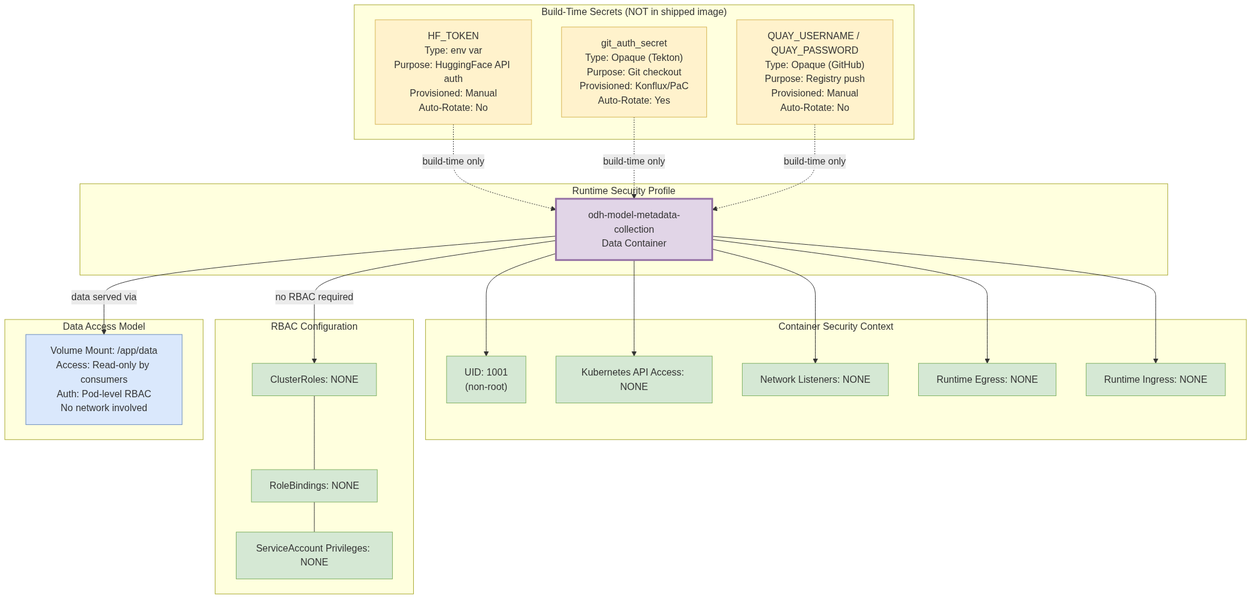
Above: architecture/rhoai.next/diagrams/model-metadata-collection-rbac.png in rhuss/architecture-context (Mermaid), before the change. Its source is kept beside it as architecture/rhoai.next/diagrams/model-metadata-collection-rbac.mmd.
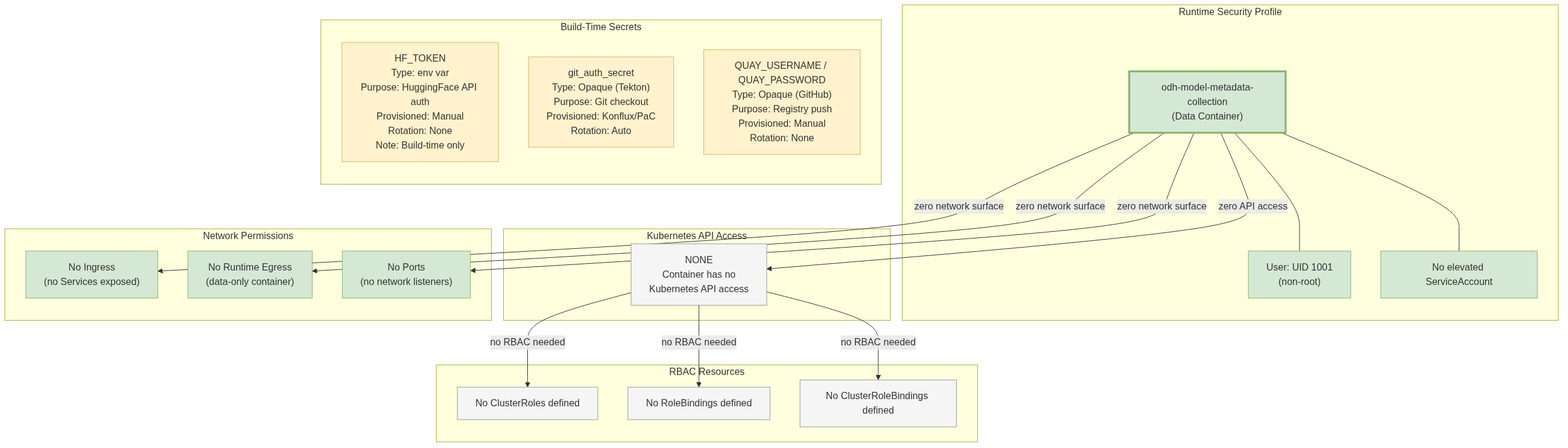
After the change.

Diff of the diagram source:
```diff
@@ -1,58 +1,54 @@
 graph TD
     subgraph "Runtime Security Profile"
-        DC["odh-model-metadata-collection<br/>Data Container"]
+        direction TB
+        Container["odh-model-metadata-collection<br/>(Data Container)"]
+        UID["User: UID 1001<br/>(non-root)"]
+        NoSA["No elevated ServiceAccount"]
     end
 
-    subgraph "Container Security Context"
-        UID["UID: 1001<br/>(non-root)"]
-        NoAPI["Kubernetes API Access: NONE"]
-        NoNet["Network Listeners: NONE"]
-        NoEgress["Runtime Egress: NONE"]
-        NoIngress["Runtime Ingress: NONE"]
+    subgraph "Kubernetes API Access"
+        NoAccess["NONE<br/>Container has no<br/>Kubernetes API access"]
     end
 
-    subgraph "RBAC Configuration"
-        NoCR["ClusterRoles: NONE"]
-        NoRB["RoleBindings: NONE"]
-        NoSA["ServiceAccount Privileges: NONE"]
+    subgraph "RBAC Resources"
+        NoCR["No ClusterRoles defined"]
+        NoRB["No RoleBindings defined"]
+        NoCRB["No ClusterRoleBindings defined"]
     end
 
-    subgraph "Build-Time Secrets (NOT in shipped image)"
-        HFToken["HF_TOKEN<br/>Type: env var<br/>Purpose: HuggingFace API auth<br/>Provisioned: Manual<br/>Auto-Rotate: No"]
-        GitAuth["git_auth_secret<br/>Type: Opaque (Tekton)<br/>Purpose: Git checkout<br/>Provisioned: Konflux/PaC<br/>Auto-Rotate: Yes"]
-        QuayCreds["QUAY_USERNAME / QUAY_PASSWORD<br/>Type: Opaque (GitHub)<br/>Purpose: Registry push<br/>Provisioned: Manual<br/>Auto-Rotate: No"]
+    subgraph "Network Permissions"
+        NoIngress["No Ingress<br/>(no Services exposed)"]
+        NoEgress["No Runtime Egress<br/>(data-only container)"]
+        NoPorts["No Ports<br/>(no network listeners)"]
     end
 
-    subgraph "Data Access Model"
-        VolMount["Volume Mount: /app/data<br/>Access: Read-only by consumers<br/>Auth: Pod-level RBAC<br/>No network involved"]
+    subgraph "Build-Time Secrets"
+        direction TB
+        HFToken["HF_TOKEN<br/>Type: env var<br/>Purpose: HuggingFace API auth<br/>Provisioned: Manual<br/>Rotation: None<br/>Note: Build-time only"]
+        GitAuth["git_auth_secret<br/>Type: Opaque (Tekton)<br/>Purpose: Git checkout<br/>Provisioned: Konflux/PaC<br/>Rotation: Auto"]
+        QuayCreds["QUAY_USERNAME / QUAY_PASSWORD<br/>Type: Opaque (GitHub)<br/>Purpose: Registry push<br/>Provisioned: Manual<br/>Rotation: None"]
     end
 
-    DC --> UID
-    DC --> NoAPI
-    DC --> NoNet
-    DC --> NoEgress
-    DC --> NoIngress
+    Container --- UID
+    Container --- NoSA
+    Container -->|"zero API access"| NoAccess
+    NoAccess -->|"no RBAC needed"| NoCR
+    NoAccess -->|"no RBAC needed"| NoRB
+    NoAccess -->|"no RBAC needed"| NoCRB
+    Container -->|"zero network surface"| NoIngress
+    Container -->|"zero network surface"| NoEgress
+    Container -->|"zero network surface"| NoPorts
 
-    DC -->|"no RBAC required"| NoCR
-    NoCR --- NoRB
-    NoRB --- NoSA
-
-    DC -->|"data served via"| VolMount
-
-    HFToken -.->|"build-time only"| DC
-    GitAuth -.->|"build-time only"| DC
-    QuayCreds -.->|"build-time only"| DC
-
-    style DC fill:#e1d5e7,stroke:#9673a6,stroke-width:3px
+    style Container fill:#d5e8d4,stroke:#82b366,stroke-width:3px
     style UID fill:#d5e8d4,stroke:#82b366
-    style NoAPI fill:#d5e8d4,stroke:#82b366
-    style NoNet fill:#d5e8d4,stroke:#82b366
+    style NoSA fill:#d5e8d4,stroke:#82b366
+    style NoAccess fill:#f5f5f5,stroke:#999
+    style NoCR fill:#f5f5f5,stroke:#999
+    style NoRB fill:#f5f5f5,stroke:#999
+    style NoCRB fill:#f5f5f5,stroke:#999
+    style NoIngress fill:#d5e8d4,stroke:#82b366
     style NoEgress fill:#d5e8d4,stroke:#82b366
-    style NoIngress fill:#d5e8d4,stroke:#82b366
-    style NoCR fill:#d5e8d4,stroke:#82b366
-    style NoRB fill:#d5e8d4,stroke:#82b366
-    style NoSA fill:#d5e8d4,stroke:#82b366
+    style NoPorts fill:#d5e8d4,stroke:#82b366
     style HFToken fill:#fff2cc,stroke:#d6b656
     style GitAuth fill:#fff2cc,stroke:#d6b656
     style QuayCreds fill:#fff2cc,stroke:#d6b656
-    style VolMount fill:#dae8fc,stroke:#6c8ebf
```
